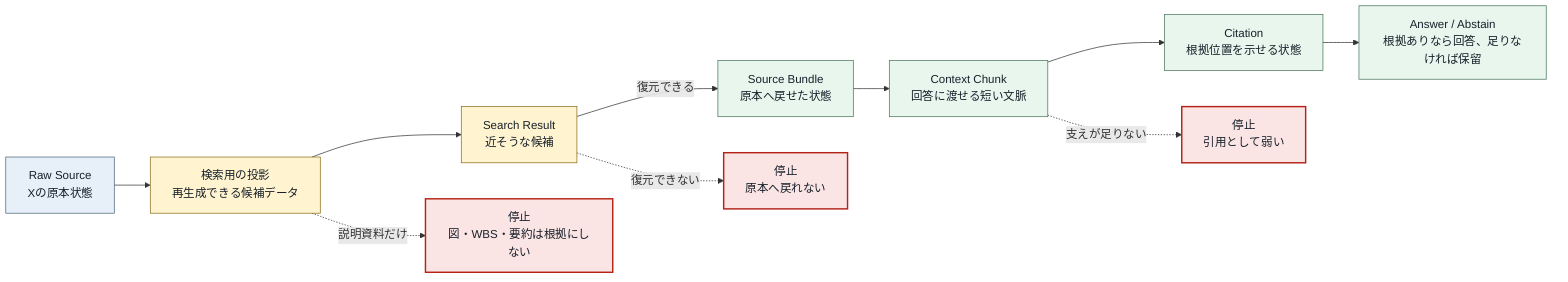
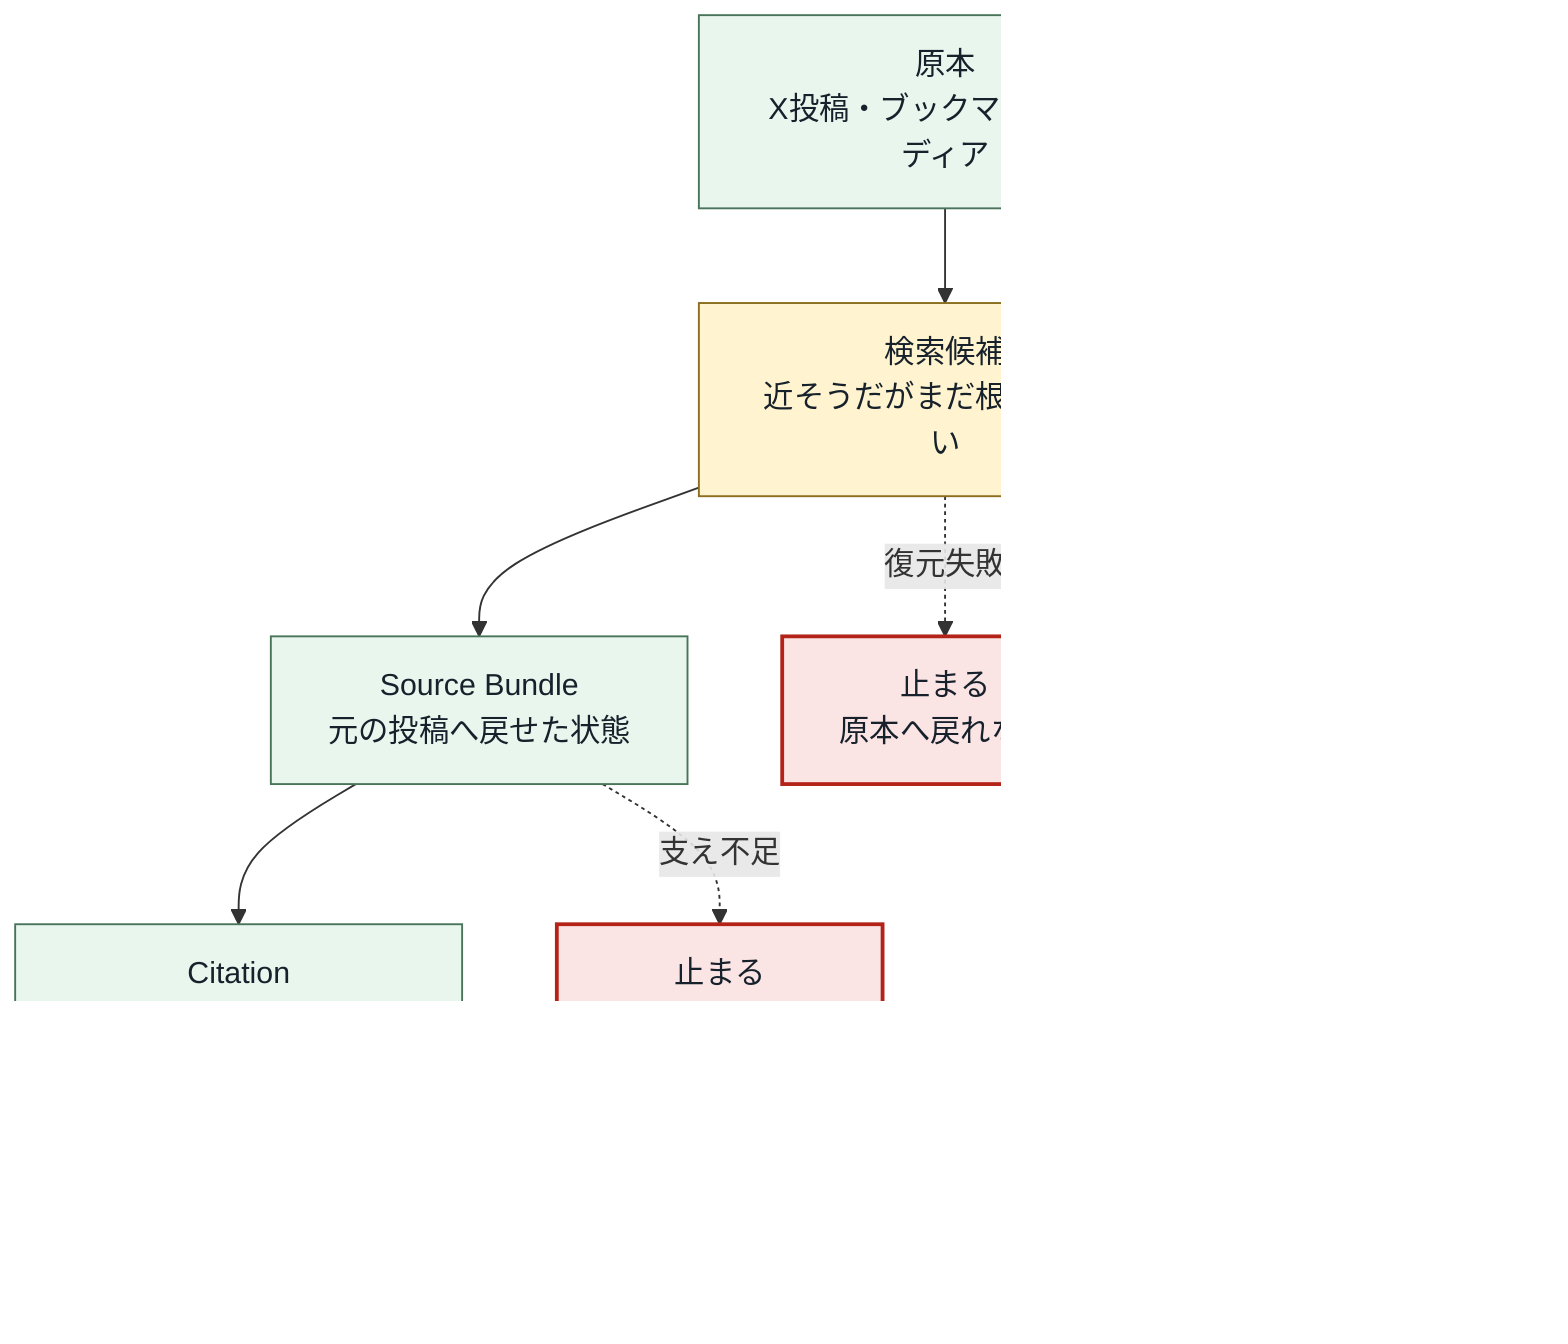
- flowchart LR
-   %% 現状の証拠パイプライン図: 検索候補が回答根拠へ昇格する条件を見る
+ flowchart TB
+   %% 現状の証拠パイプライン図: 候補が根拠へ昇格できるかを見る

-   classDef source fill:#e7f0f8,stroke:#49657a,color:#17212b
+   classDef step fill:#e9f6ee,stroke:#49745a,color:#17212b
  classDef candidate fill:#fff4cf,stroke:#8a6d1d,color:#17212b
-   classDef ready fill:#e9f6ee,stroke:#49745a,color:#17212b
  classDef stop fill:#fbe4e4,stroke:#b42318,color:#17212b,stroke-width:2px

-   raw["Raw Source<br/>Xの原本状態"]:::source
-   projection["検索用の投影<br/>再生成できる候補データ"]:::candidate
-   result["Search Result<br/>近そうな候補"]:::candidate
-   restored["Source Bundle<br/>原本へ戻せた状態"]:::ready
-   chunk["Context Chunk<br/>回答に渡せる短い文脈"]:::ready
-   citation["Citation<br/>根拠位置を示せる状態"]:::ready
-   answer["Answer / Abstain<br/>根拠ありなら回答、足りなければ保留"]:::ready
+   raw["原本<br/>X投稿・ブックマーク・メディア"]:::step
+   candidate["検索候補<br/>近そうだがまだ根拠ではない"]:::candidate
+   bundle["Source Bundle<br/>元の投稿へ戻せた状態"]:::step
+   citation["Citation<br/>回答の支えを示せる状態"]:::step
+   outcome["返答<br/>引用付き回答または保留"]:::step

-   missing_source["停止<br/>原本へ戻れない"]:::stop
-   missing_citation["停止<br/>引用として弱い"]:::stop
-   control_only["停止<br/>図・WBS・要約は根拠にしない"]:::stop
+   stop_restore["止まる<br/>原本へ戻れない"]:::stop
+   stop_citation["止まる<br/>引用として弱い"]:::stop
+   stop_control["根拠にしない<br/>図・WBS・要約"]:::stop

-   raw --> projection --> result
-   result -->|"復元できる"| restored --> chunk --> citation --> answer
-   result -. "復元できない" .-> missing_source
-   chunk -. "支えが足りない" .-> missing_citation
-   projection -. "説明資料だけ" .-> control_only
+   raw --> candidate --> bundle --> citation --> outcome
+   candidate -. "復元失敗" .-> stop_restore
+   bundle -. "支え不足" .-> stop_citation
+   candidate -. "説明資料由来" .-> stop_control
